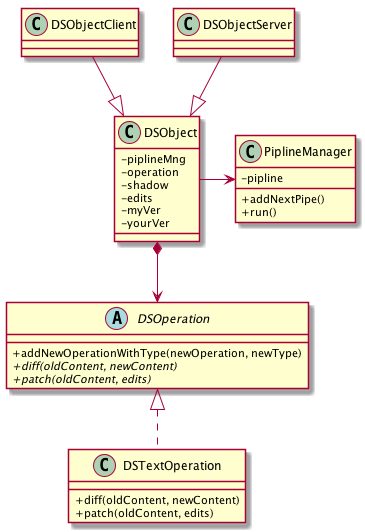
Above: doc/DSObject-classes.png in Yeonjj/Diff-Sync (PlantUML), before the change. Source of this version:
```plantuml
@startuml
skinparam classAttributeIconSize 0

abstract class DSOperation {
+addNewOperationWithType(newOperation, newType)
{abstract}+diff(oldContent, newContent)
{abstract}+patch(oldContent, edits)
}

class DSTextOperation{

+diff(oldContent, newContent)
+patch(oldContent, edits)
}



class PiplineManager {
-pipline
+addNextPipe()
+run()
}

class DSObject {
-piplineMng
-operation
-shadow
-edits
-myVer
-yourVer
}

class DSObjectClient {

}

class DSObjectServer {

}

DSObject -> PiplineManager
DSObject *--> DSOperation
DSObjectClient --|> DSObject
DSObjectServer --|> DSObject
DSOperation <|..  DSTextOperation

@enduml
```
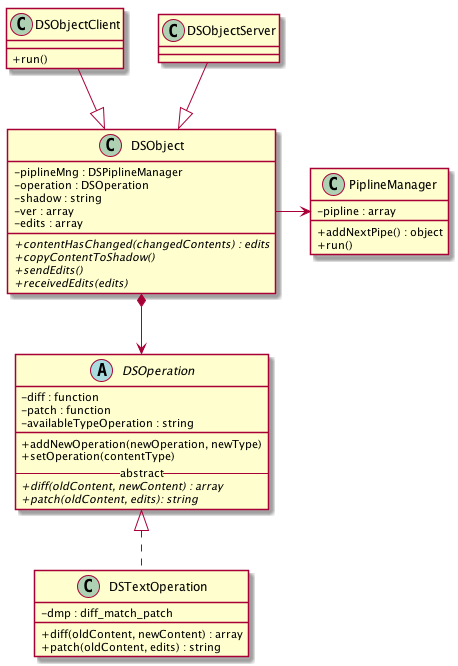
The same diagram one commit later.

Change to the diagram source:
```diff
@@ -2,36 +2,43 @@
 skinparam classAttributeIconSize 0
 
 abstract class DSOperation {
-+addNewOperationWithType(newOperation, newType)
-{abstract}+diff(oldContent, newContent)
-{abstract}+patch(oldContent, edits)
+-diff : function
+-patch : function
+-availableTypeOperation : string
+__
++addNewOperation(newOperation, newType)
++setOperation(contentType)
+--abstract--
+{abstract}+diff(oldContent, newContent) : array
+{abstract}+patch(oldContent, edits): string
 }
 
 class DSTextOperation{
-
-+diff(oldContent, newContent)
-+patch(oldContent, edits)
+-dmp : diff_match_patch
++diff(oldContent, newContent) : array
++patch(oldContent, edits) : string
 }
 
 
-
 class PiplineManager {
--pipline
-+addNextPipe()
+-pipline : array
++addNextPipe() : object
 +run()
 }
 
 class DSObject {
--piplineMng
--operation
--shadow
--edits
--myVer
--yourVer
+-piplineMng : DSPiplineManager
+-operation : DSOperation
+-shadow : string
+-ver : array
+-edits : array
+{abstract}+contentHasChanged(changedContents) : edits
+{abstract}+copyContentToShadow()
+{abstract}+sendEdits()
+{abstract}+receivedEdits(edits)
 }
-
 class DSObjectClient {
-
++run()
 }
 
 class DSObjectServer {
```
